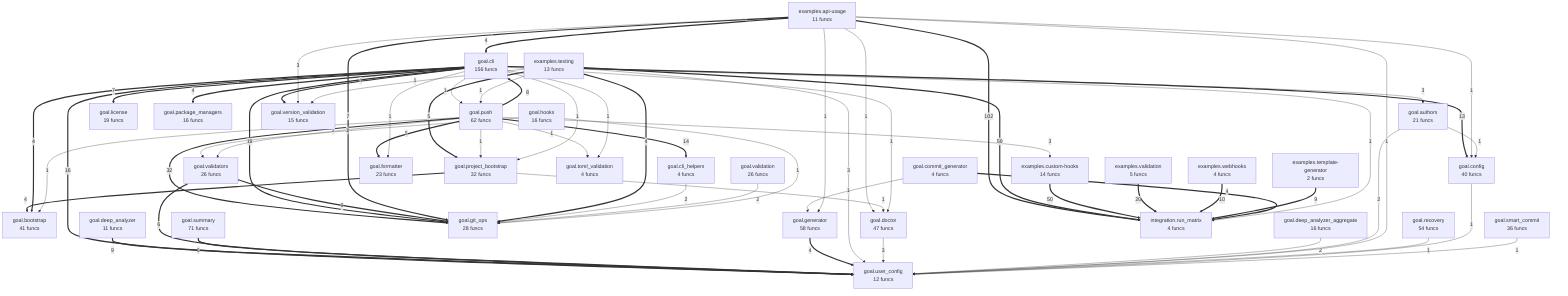
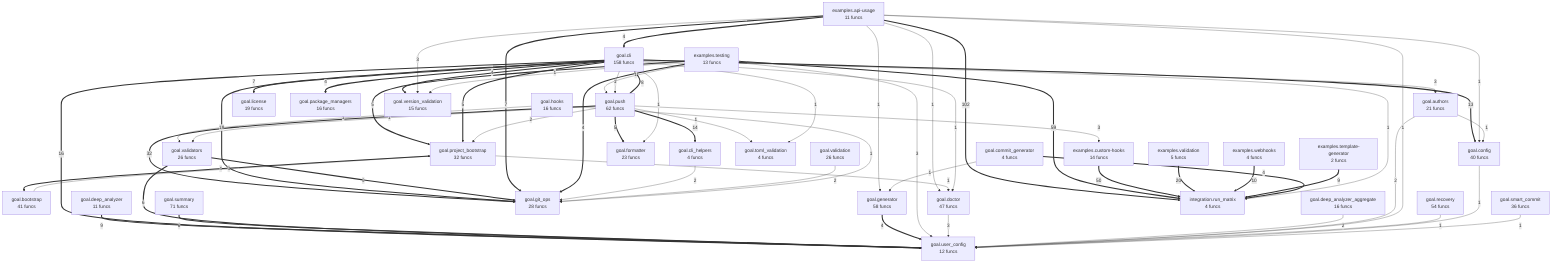
flowchart TD
- %% generated in 0.04s
+ %% generated in 0.02s
    examples__api_usage["examples.api-usage<br/>11 funcs"]
    examples__custom_hooks["examples.custom-hooks<br/>14 funcs"]
    examples__template_generator["examples.template-generator<br/>2 funcs"]
    examples__testing["examples.testing<br/>13 funcs"]
    examples__validation["examples.validation<br/>5 funcs"]
    examples__webhooks["examples.webhooks<br/>4 funcs"]
    goal__authors["goal.authors<br/>21 funcs"]
    goal__bootstrap["goal.bootstrap<br/>41 funcs"]
-     goal__cli["goal.cli<br/>156 funcs"]
+     goal__cli["goal.cli<br/>158 funcs"]
    goal__cli_helpers["goal.cli_helpers<br/>4 funcs"]
    goal__commit_generator["goal.commit_generator<br/>4 funcs"]
    goal__config["goal.config<br/>40 funcs"]
    goal__deep_analyzer["goal.deep_analyzer<br/>11 funcs"]
    goal__deep_analyzer_aggregate["goal.deep_analyzer_aggregate<br/>16 funcs"]
    goal__doctor["goal.doctor<br/>47 funcs"]
    goal__formatter["goal.formatter<br/>23 funcs"]
    goal__generator["goal.generator<br/>58 funcs"]
    goal__git_ops["goal.git_ops<br/>28 funcs"]
    goal__hooks["goal.hooks<br/>16 funcs"]
    goal__license["goal.license<br/>19 funcs"]
    goal__package_managers["goal.package_managers<br/>16 funcs"]
    goal__project_bootstrap["goal.project_bootstrap<br/>32 funcs"]
    goal__push["goal.push<br/>62 funcs"]
    goal__recovery["goal.recovery<br/>54 funcs"]
    goal__smart_commit["goal.smart_commit<br/>36 funcs"]
    goal__summary["goal.summary<br/>71 funcs"]
    goal__toml_validation["goal.toml_validation<br/>4 funcs"]
    goal__user_config["goal.user_config<br/>12 funcs"]
    goal__validation["goal.validation<br/>26 funcs"]
    goal__validators["goal.validators<br/>26 funcs"]
    goal__version_validation["goal.version_validation<br/>15 funcs"]
    integration__run_matrix["integration.run_matrix<br/>4 funcs"]
    examples__api_usage ==>|102| integration__run_matrix
    examples__testing ==>|59| integration__run_matrix
    examples__custom_hooks ==>|50| integration__run_matrix
    goal__push ==>|32| goal__git_ops
    examples__validation ==>|20| integration__run_matrix
    goal__cli ==>|19| goal__git_ops
    goal__cli ==>|16| goal__user_config
    goal__push ==>|14| goal__cli_helpers
    goal__cli ==>|13| goal__config
    examples__webhooks ==>|10| integration__run_matrix
    examples__template_generator ==>|9| integration__run_matrix
    goal__deep_analyzer ==>|9| goal__user_config
    goal__validators ==>|9| goal__git_ops
    goal__push ==>|8| goal__cli
    examples__api_usage ==>|7| goal__git_ops
    goal__cli ==>|7| goal__license
    goal__validators ==>|6| goal__user_config
    goal__summary ==>|6| goal__user_config
    examples__testing ==>|5| goal__project_bootstrap
    goal__push ==>|5| goal__formatter
+     goal__cli ==>|5| goal__project_bootstrap
    examples__api_usage ==>|4| goal__cli
+     examples__testing ==>|4| goal__git_ops
+     goal__project_bootstrap ==>|4| goal__bootstrap
    goal__commit_generator ==>|4| integration__run_matrix
    goal__generator ==>|4| goal__user_config
-     goal__project_bootstrap ==>|4| goal__bootstrap
    goal__cli ==>|4| goal__version_validation
-     goal__cli ==>|4| goal__bootstrap
    goal__cli ==>|4| goal__package_managers
-     examples__testing ==>|4| goal__git_ops
    examples__api_usage -->|3| goal__version_validation
    examples__testing -->|3| goal__user_config
+     goal__bootstrap -->|3| goal__project_bootstrap
    goal__push -->|3| examples__custom_hooks
    goal__cli -->|3| goal__authors
    goal__doctor -->|3| goal__user_config
    goal__deep_analyzer_aggregate -->|2| goal__user_config
    goal__cli_helpers -->|2| goal__git_ops
+     goal__push -->|2| goal__project_bootstrap
    goal__validation -->|2| goal__git_ops
    goal__authors -->|2| goal__user_config
-     goal__cli -->|1| integration__run_matrix
-     goal__commit_generator -->|1| goal__generator
-     examples__api_usage -->|1| goal__generator
    examples__api_usage -->|1| goal__config
    examples__api_usage -->|1| goal__user_config
    examples__api_usage -->|1| goal__doctor
+     examples__api_usage -->|1| goal__generator
+     examples__testing -->|1| goal__version_validation
+     examples__testing -->|1| goal__push
+     goal__project_bootstrap -->|1| goal__doctor
+     goal__cli -->|1| integration__run_matrix
+     goal__commit_generator -->|1| goal__generator
    goal__hooks -->|1| goal__git_ops
    goal__hooks -->|1| goal__validators
-     goal__project_bootstrap -->|1| goal__doctor
    goal__recovery -->|1| goal__user_config
    goal__push -->|1| goal__toml_validation
-     goal__push -->|1| goal__bootstrap
-     goal__push -->|1| goal__project_bootstrap
    goal__push -->|1| goal__validators
    goal__cli -->|1| goal__doctor
    goal__cli -->|1| goal__formatter
-     goal__cli -->|1| goal__project_bootstrap
    goal__cli -->|1| goal__toml_validation
    goal__cli -->|1| goal__push
    goal__config -->|1| goal__user_config
-     examples__testing -->|1| goal__version_validation
-     examples__testing -->|1| goal__push
    goal__smart_commit -->|1| goal__user_config
    goal__authors -->|1| goal__config
